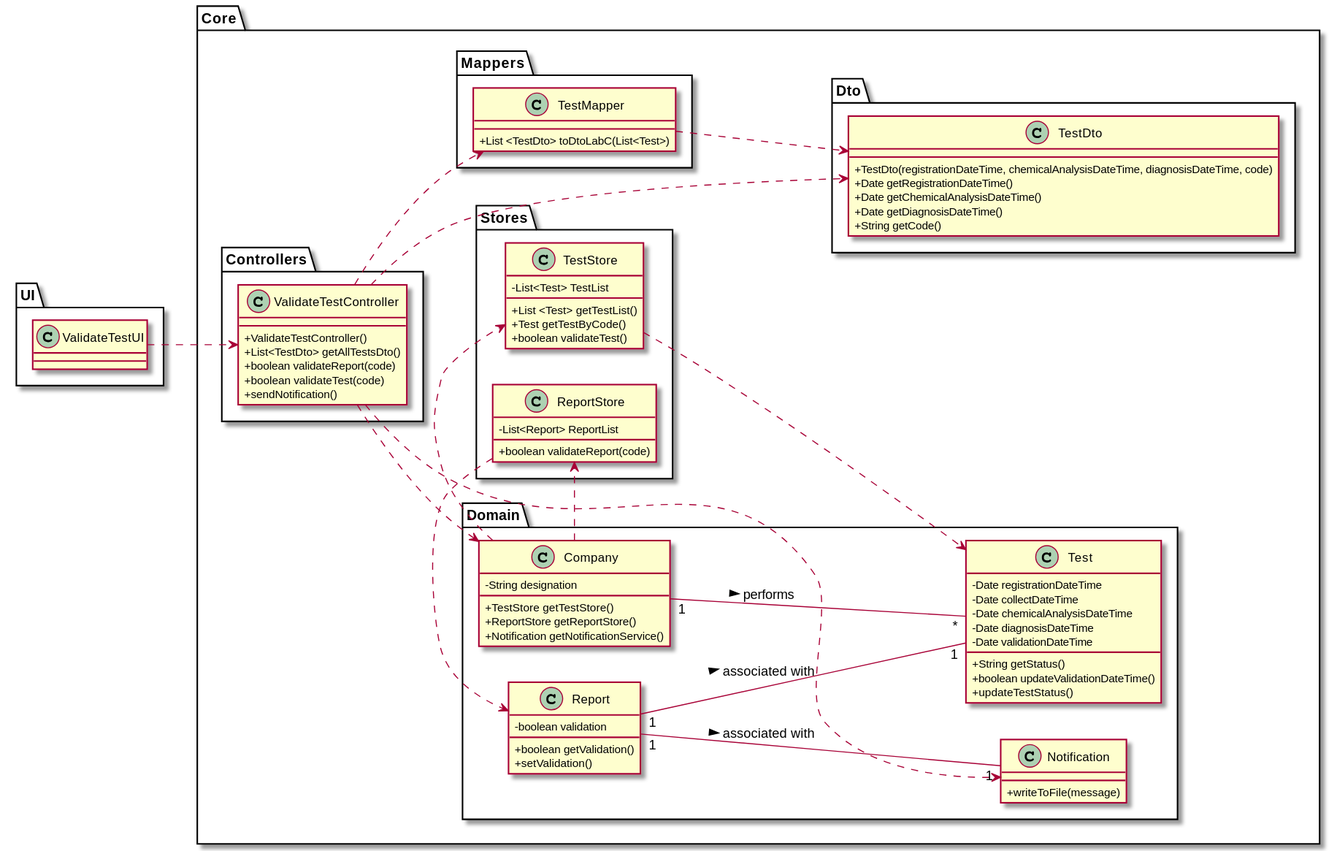
This is docs/SprintC/US15/US15-CD.svg from 0franciscor/lei-21-s2-1de-g19, a PlantUML export, as it was before one commit.
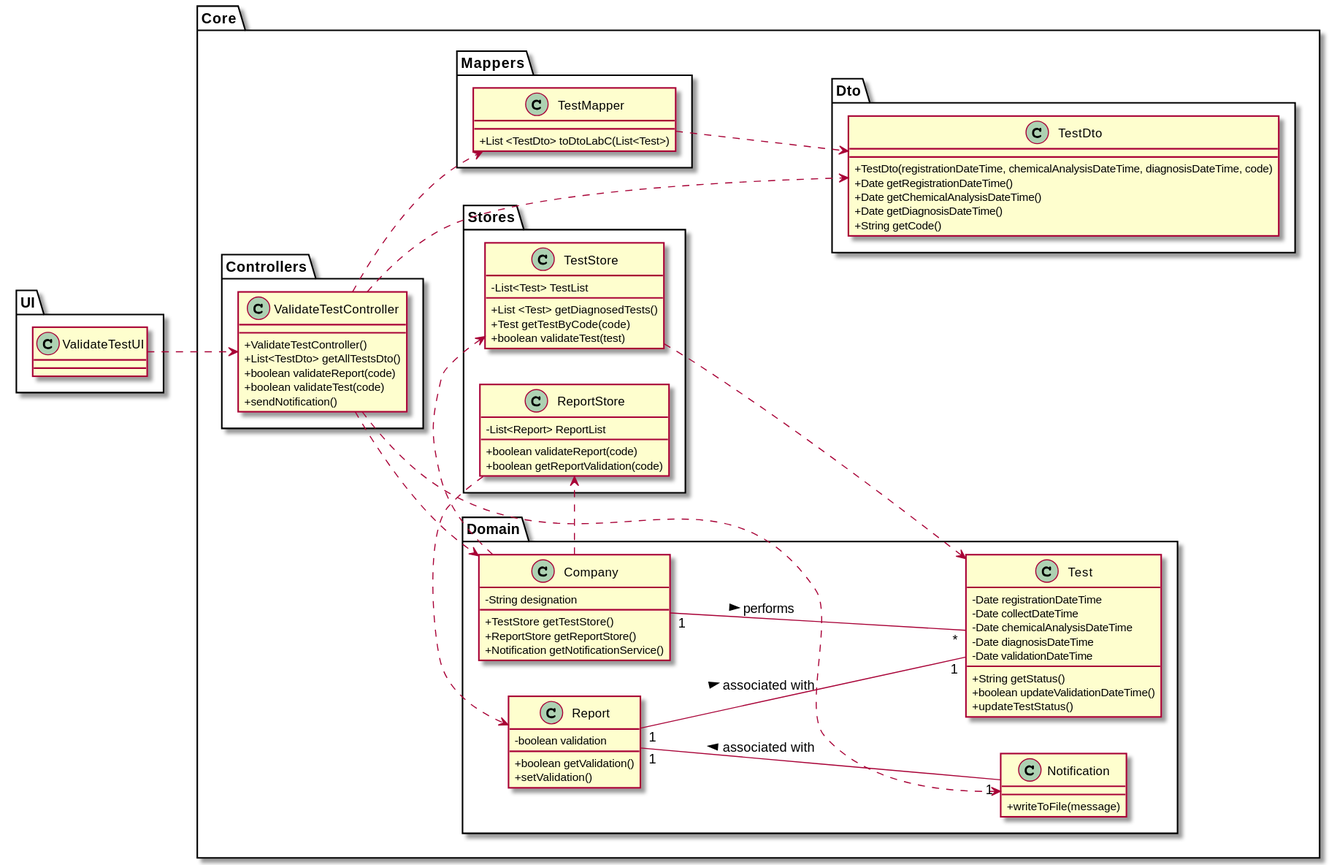
After the change.

Change to the diagram source:
```diff
@@ -38,15 +38,17 @@
 package Stores{
 class "TestStore" as TS{
 -List<Test> TestList
-+List <Test> getTestList()
-+Test getTestByCode()
-+boolean validateTest()
++List <Test> getDiagnosedTests()
++Test getTestByCode(code)
++boolean validateTest(test)
 }
 
 class "ReportStore" as RS{
 -List<Report> ReportList
 +boolean validateReport(code)
++boolean getReportValidation(code)
 }
+
 }
 
 package Controllers{
@@ -106,6 +108,6 @@
 
 RS ..> R
 R "1" -- "1" T : > associated with
-R "1" -- "1" N : > associated with
+R "1" -- "1" N : < associated with
 
 @enduml
```
